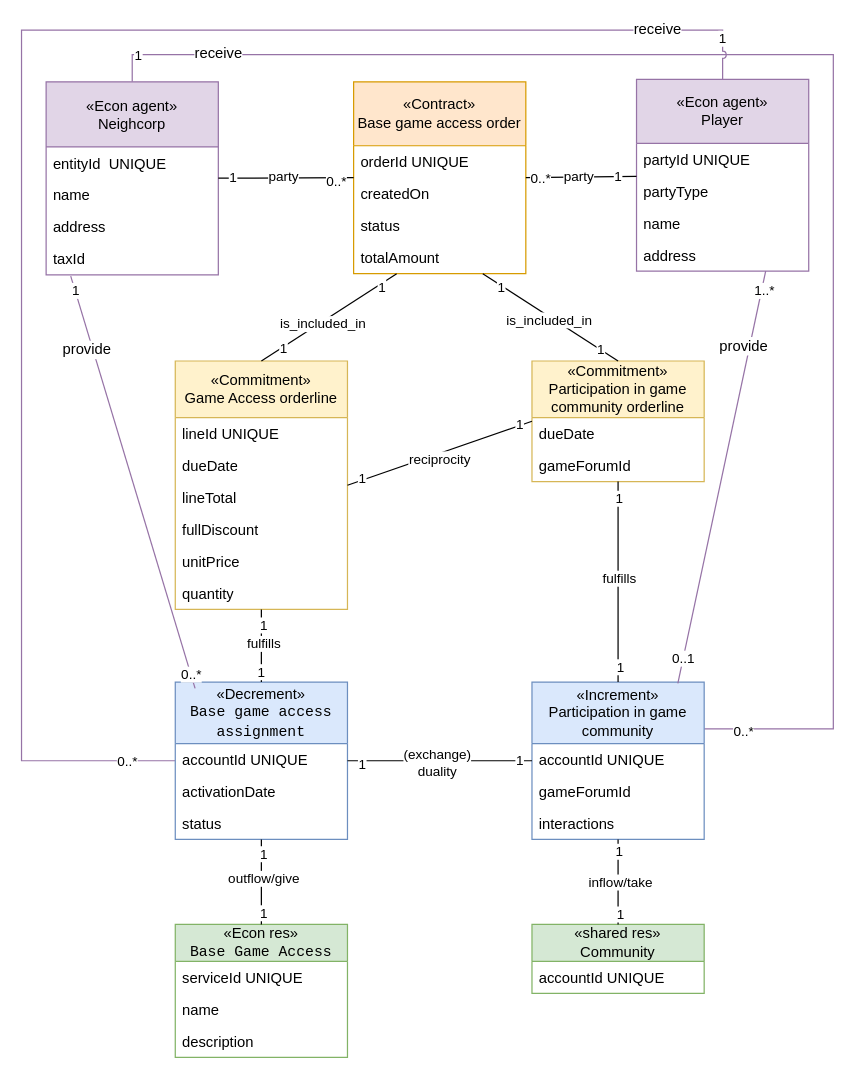
Above: page "Base Game Access Exchange" (5 of 13) of media/IS1_Project_REA.drawio in tudwiglemmel/Neigh-Corp---Golden-Meadows (draw.io), before the change. Source tidied: cells renumbered, new cells numbered last; positions are measured from the earlier drawing's top-left corner, leaving out a move shared by most shapes. Both pictures are drawn from the tidied source at 123%, with x=0, y=0 at pixel (21, 30).
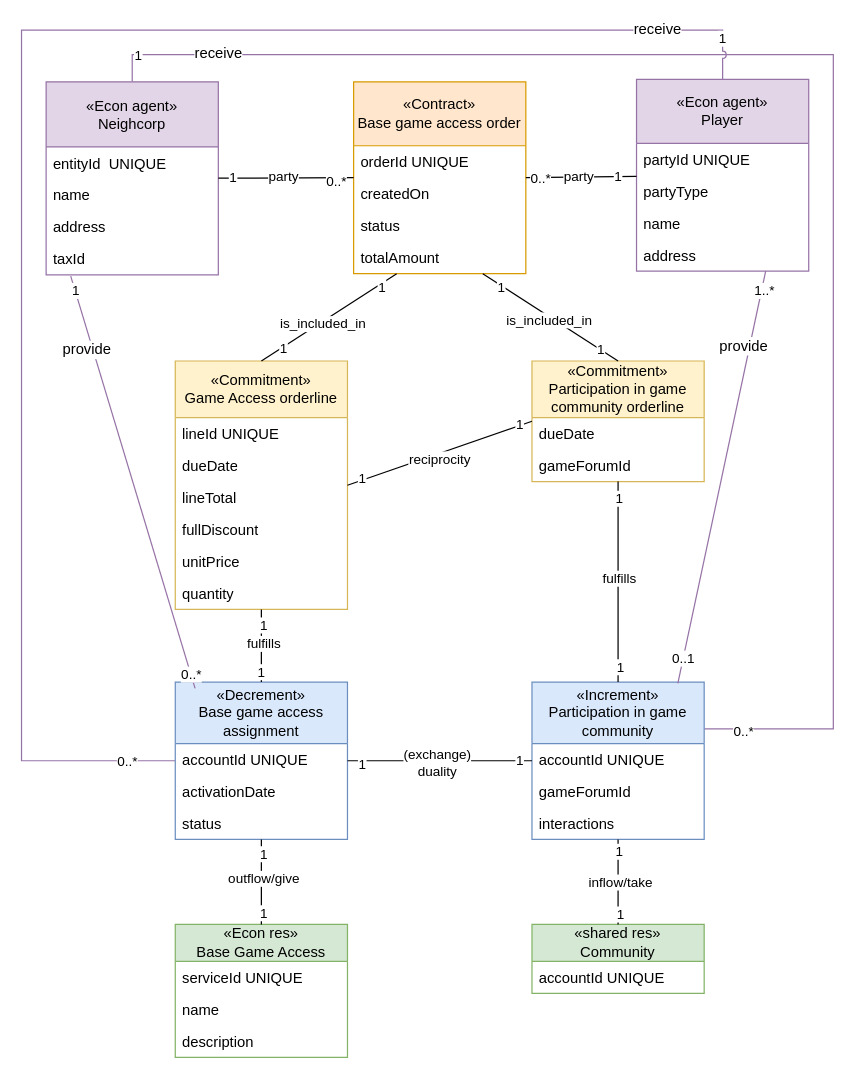
Above is the later version.

The edit, as a diff of the source:
```diff
@@
-    <mxCell id="49" value="«Decrement»&lt;div&gt;&lt;code&gt;Base game access assignment&lt;/code&gt;&lt;/div&gt;" style="whiteSpace=wrap;html=1;fillColor=#dae8fc;strokeColor=#6c8ebf;shape=swimlane;fontStyle=0;startSize=50;horizontal=1;align=center;verticalAlign=middle;fontFamily=Helvetica;fontSize=12;fontColor=default;" parent="1" vertex="1">
+    <mxCell id="49" value="«Decrement»&lt;br&gt;Base game access assignment" style="whiteSpace=wrap;html=1;fillColor=#dae8fc;strokeColor=#6c8ebf;shape=swimlane;fontStyle=0;startSize=50;horizontal=1;align=center;verticalAlign=middle;fontFamily=Helvetica;fontSize=12;fontColor=default;" parent="1" vertex="1">
       <mxGeometry x="125" y="530" width="140" height="128" as="geometry" />
     </mxCell>
@@
-    <mxCell id="65" value="«Econ res»&lt;div&gt;&lt;code&gt;Base Game Access&lt;/code&gt;&lt;/div&gt;" style="whiteSpace=wrap;html=1;fillColor=#d5e8d4;strokeColor=#82b366;shape=swimlane;fontStyle=0;startSize=30;horizontal=1;align=center;verticalAlign=middle;fontFamily=Helvetica;fontSize=12;fontColor=default;swimlaneLine=1;" parent="1" vertex="1">
+    <mxCell id="65" value="«Econ res»&lt;br&gt;Base Game Access" style="whiteSpace=wrap;html=1;fillColor=#d5e8d4;strokeColor=#82b366;shape=swimlane;fontStyle=0;startSize=30;horizontal=1;align=center;verticalAlign=middle;fontFamily=Helvetica;fontSize=12;fontColor=default;swimlaneLine=1;" parent="1" vertex="1">
       <mxGeometry x="125" y="727.1" width="140" height="108" as="geometry" />
     </mxCell>
```
